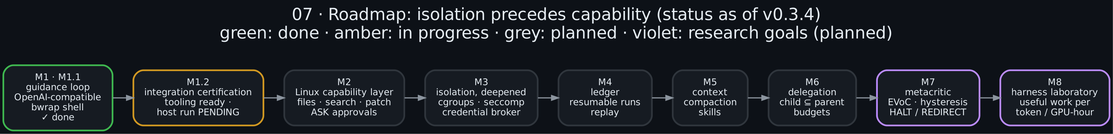
Above: docs/diagrams/07_roadmap.png in danindiana/malyutka (Graphviz), before the change. Its source is kept beside it as docs/diagrams/07_roadmap.dot.
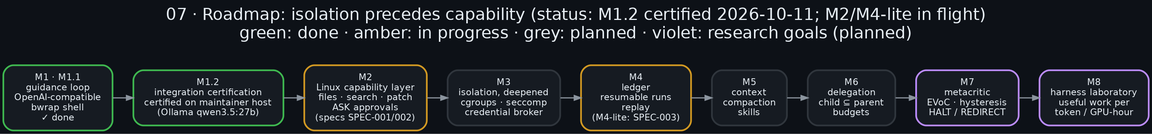
After the commit.

Change to the diagram source:
```diff
@@ -1,15 +1,15 @@
 digraph roadmap {
     graph [bgcolor="#0d1117", rankdir=LR, fontname="Helvetica", fontcolor="#e6edf3", labelloc="t", fontsize=20,
-           label="07 · Roadmap: isolation precedes capability (status as of v0.3.4)\ngreen: done · amber: in progress · grey: planned · violet: research goals (planned)\n ", nodesep=0.25, ranksep=0.35];
+           label="07 · Roadmap: isolation precedes capability (status: M1.2 certified 2026-10-11; M2/M4-lite in flight)\ngreen: done · amber: in progress · grey: planned · violet: research goals (planned)\n ", nodesep=0.25, ranksep=0.35];
     node  [fontname="Helvetica", fontcolor="#e6edf3", color="#30363d", style="filled,rounded", shape=box, penwidth=2,
            margin="0.18,0.12", fillcolor="#161b22", fontsize=11];
     edge  [color="#8b949e", penwidth=1.4, arrowsize=0.8];
 
     m1  [label="M1 · M1.1\nguidance loop\nOpenAI-compatible\nbwrap shell\n✓ done", color="#3fb950"];
-    m12 [label="M1.2\nintegration certification\ntooling ready ·\nhost run PENDING", color="#d29922"];
-    m2  [label="M2\nLinux capability layer\nfiles · search · patch\nASK approvals", color="#30363d"];
+    m12 [label="M1.2\nintegration certification\ncertified on maintainer host\n(Ollama qwen3.5:27b)", color="#3fb950"];
+    m2  [label="M2\nLinux capability layer\nfiles · search · patch\nASK approvals\n(specs SPEC-001/002)", color="#d29922"];
     m3  [label="M3\nisolation, deepened\ncgroups · seccomp\ncredential broker", color="#30363d"];
-    m4  [label="M4\nledger\nresumable runs\nreplay", color="#30363d"];
+    m4  [label="M4\nledger\nresumable runs\nreplay\n(M4-lite: SPEC-003)", color="#d29922"];
     m5  [label="M5\ncontext\ncompaction\nskills", color="#30363d"];
     m6  [label="M6\ndelegation\nchild ⊆ parent\nbudgets", color="#30363d"];
     m7  [label="M7\nmetacritic\nEVoC · hysteresis\nHALT / REDIRECT", color="#bc8cff"];
```
